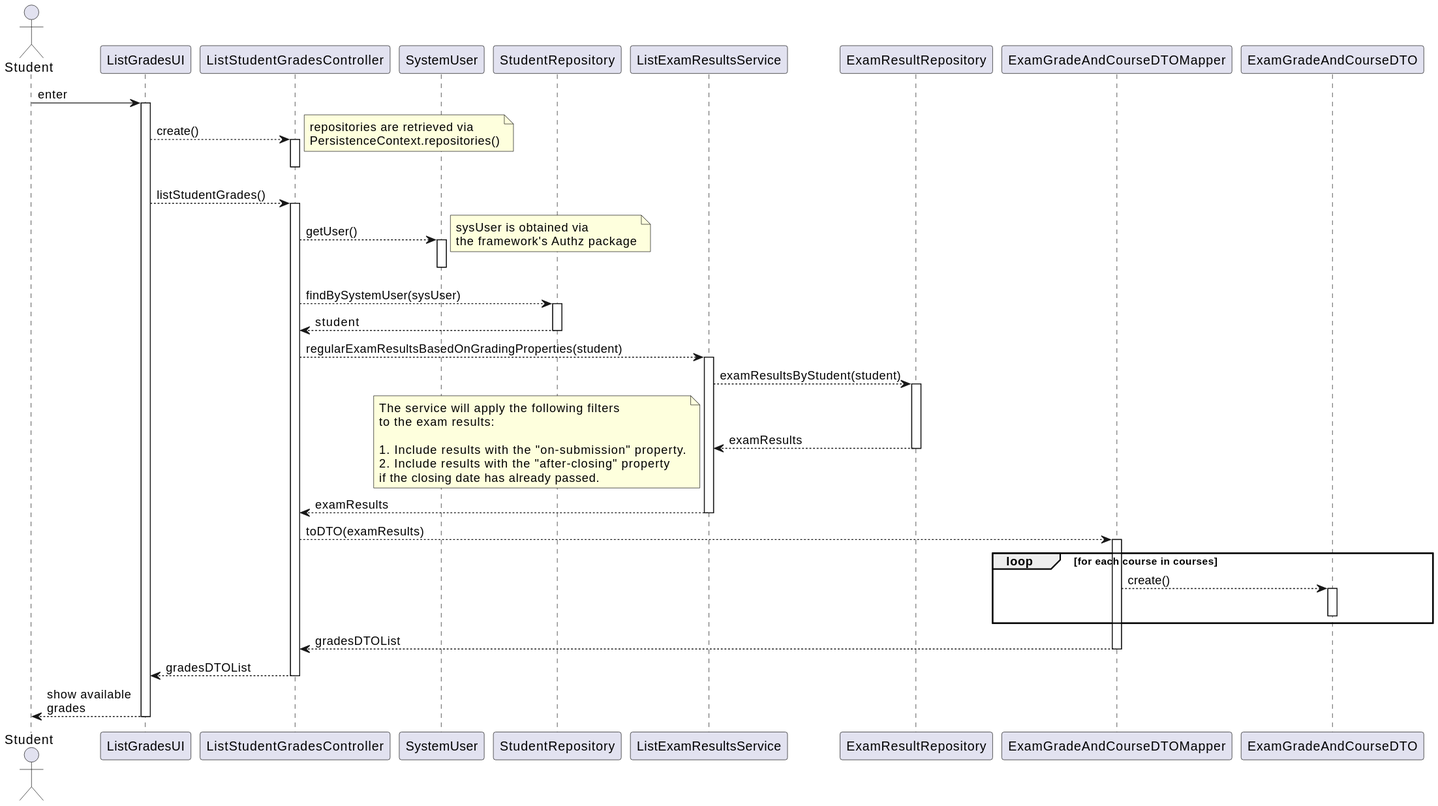
Earlier version of the PlantUML export docs/us_2005/sd.svg (jovami/isep-lapr4). Its diagram source:
```plantuml
@startuml
actor Student as user
participant ListGradesUI as ui
participant ListStudentGradesController as ctrl

participant SystemUser as sys_usr

participant StudentRepository as s_repo
participant ListExamResultsService as svc
participant ExamResultRepository as e_repo

participant ExamGradeAndCourseDTOMapper as mapper
participant ExamGradeAndCourseDTO as dto

user -> ui : enter
activate ui
    ui --> ctrl : create()
    activate ctrl
        note right : repositories are retrieved via\nPersistenceContext.repositories()
    deactivate ctrl

    ui --> ctrl : listStudentGrades()
    activate ctrl
        ctrl --> sys_usr : getUser()
        activate sys_usr
            note right : sysUser is obtained via\nthe framework's Authz package
        deactivate sys_usr

        ctrl --> s_repo : findBySystemUser(sysUser)
        activate s_repo
            s_repo --> ctrl : student
        deactivate s_repo

        ctrl --> svc : regularExamResultsBasedOnGradingProperties(student)
        activate svc
            svc --> e_repo : examResultsByStudent(student)
            activate e_repo
                e_repo --> svc : examResults
            deactivate e_repo

            note bottom: The service will apply the following filters \nto the exam results:\n\n1. Include results with the "on-submission" property.\n2. Include results with the "after-closing" property \nif the closing date has already passed.
            svc --> ctrl : examResults
        deactivate svc

        ctrl --> mapper: toDTO(examResults)
        activate mapper
            loop for each course in courses
                mapper --> dto: create()
                activate dto
                deactivate dto
            end loop
            mapper --> ctrl: gradesDTOList
        deactivate mapper

        ctrl --> ui : gradesDTOList
    deactivate ctrl

    ui --> user : show available \ngrades
deactivate ui
@enduml
```
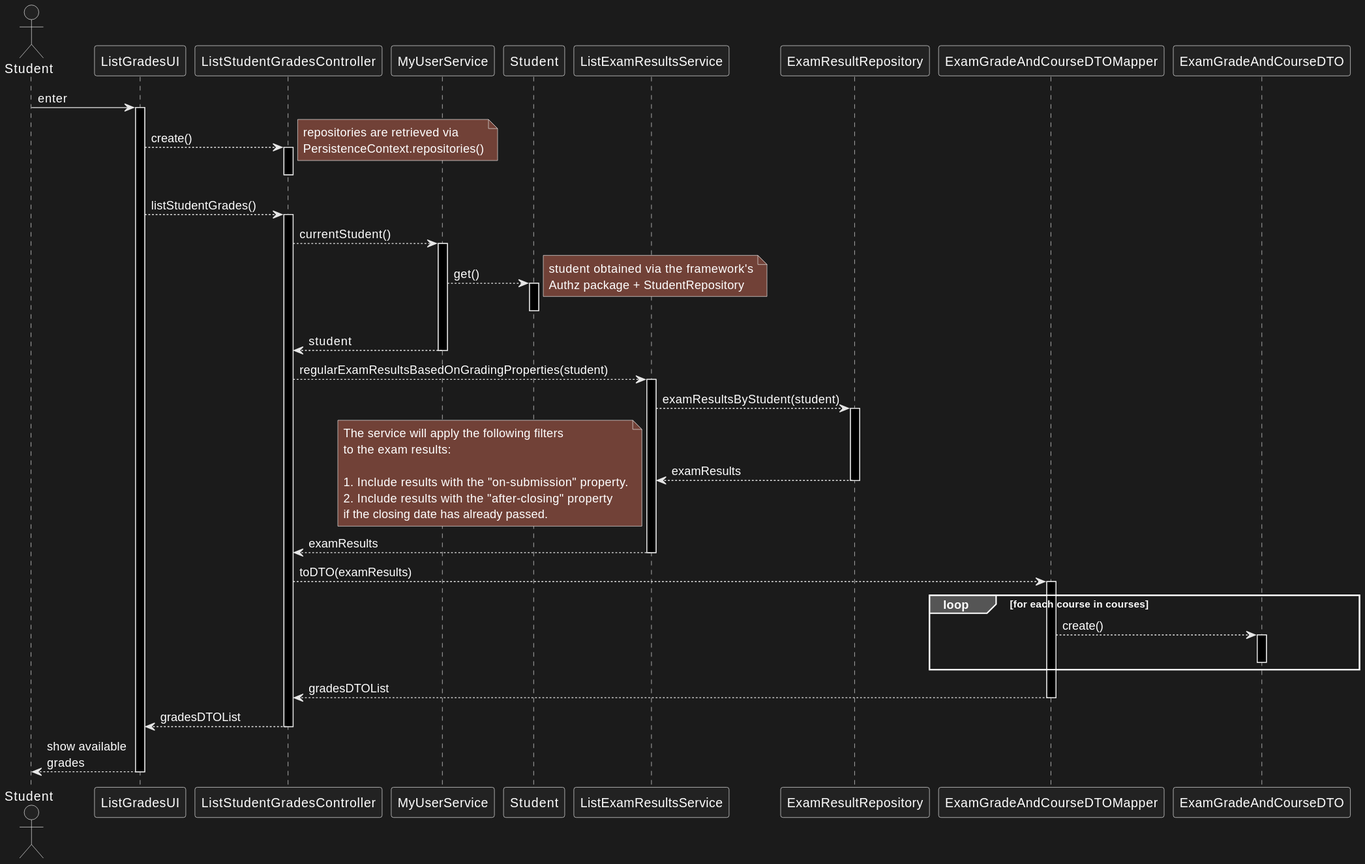
The same diagram one commit later.

What changed in the source:
```diff
@@ -3,9 +3,9 @@
 participant ListGradesUI as ui
 participant ListStudentGradesController as ctrl
 
-participant SystemUser as sys_usr
+participant MyUserService as user_svc
+participant Student as student
 
-participant StudentRepository as s_repo
 participant ListExamResultsService as svc
 participant ExamResultRepository as e_repo
 
@@ -21,15 +21,14 @@
 
     ui --> ctrl : listStudentGrades()
     activate ctrl
-        ctrl --> sys_usr : getUser()
-        activate sys_usr
-            note right : sysUser is obtained via\nthe framework's Authz package
-        deactivate sys_usr
-
-        ctrl --> s_repo : findBySystemUser(sysUser)
-        activate s_repo
-            s_repo --> ctrl : student
-        deactivate s_repo
+        ctrl --> user_svc : currentStudent()
+        activate user_svc
+            user_svc --> student : get()
+            activate student
+            deactivate student
+            note right : student obtained via the framework's\nAuthz package + StudentRepository
+            user_svc --> ctrl : student
+        deactivate user_svc
 
         ctrl --> svc : regularExamResultsBasedOnGradingProperties(student)
         activate svc
```
